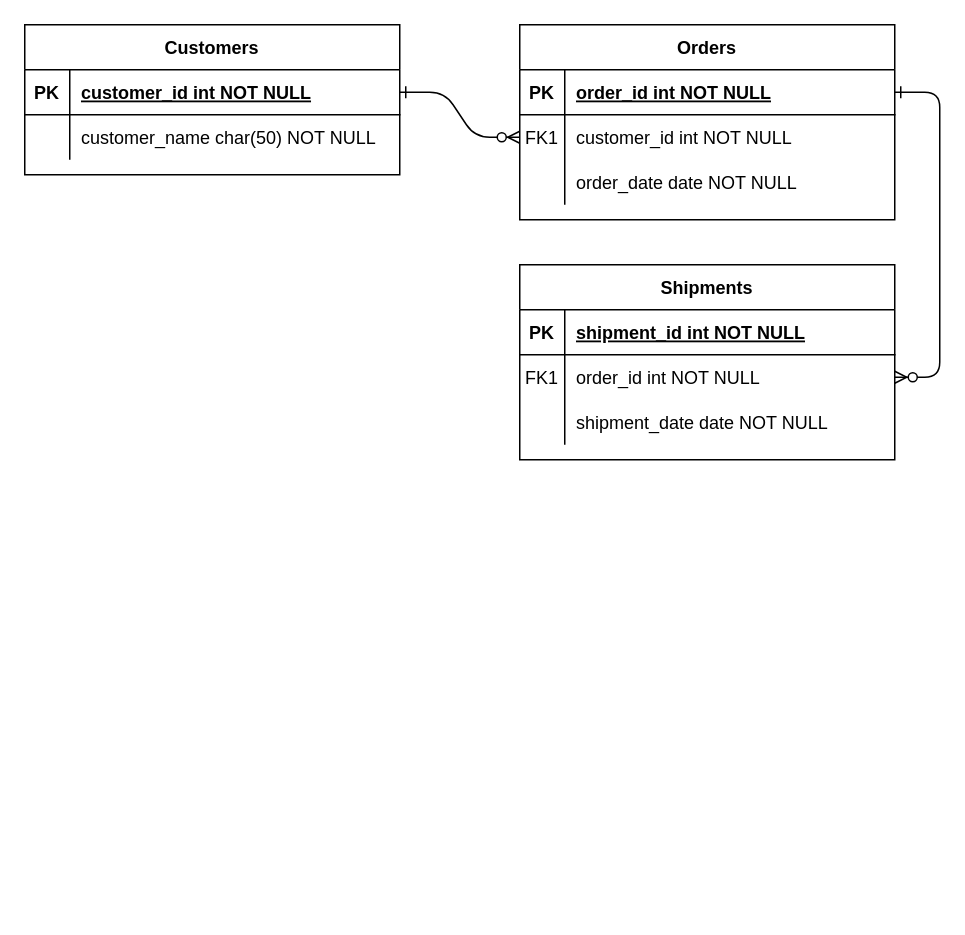
Earlier version of the draw.io diagram src/com/lowleveldesign/LMS ER.drawio (ni3silra/design-patterns). Source tidied: cells renumbered, new cells numbered last; positions are measured from the earlier drawing's top-left corner, leaving out a move shared by most shapes. Both pictures are drawn from the tidied source at 150%, with x=0, y=0 at pixel (24, 24).
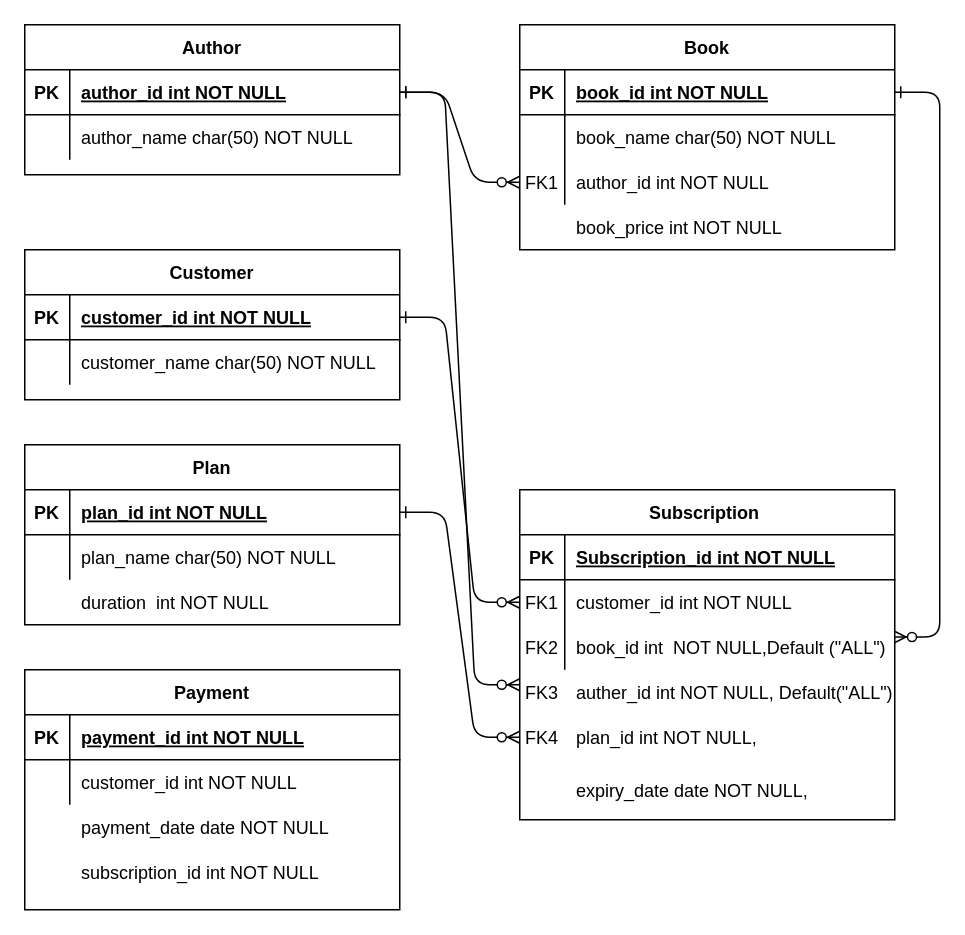
The same diagram, later.

Unchanged cells that the change refers to:
```xml
<mxCell id="5" style="shape=partialRectangle;fillColor=none;points=[[0,0.5],[1,0.5]];portConstraint=eastwest;top=0;left=0;right=0;bottom=1;" parent="4" vertex="1">
  <mxGeometry y="30" width="250" height="30" as="geometry" />
</mxCell>
<mxCell id="8" style="shape=partialRectangle;fillColor=none;points=[[0,0.5],[1,0.5]];portConstraint=eastwest;top=0;left=0;right=0;bottom=0;" parent="4" vertex="1">
  <mxGeometry y="60" width="250" height="30" as="geometry" />
</mxCell>
<mxCell id="11" style="shape=partialRectangle;fillColor=none;points=[[0,0.5],[1,0.5]];portConstraint=eastwest;top=0;left=0;right=0;bottom=0;" parent="4" vertex="1">
  <mxGeometry y="90" width="250" height="30" as="geometry" />
</mxCell>
<mxCell id="15" style="shape=partialRectangle;fillColor=none;top=0;left=0;right=0;bottom=1;" parent="14" vertex="1">
  <mxGeometry y="30" width="250" height="30" as="geometry" />
</mxCell>
<mxCell id="18" style="shape=partialRectangle;fillColor=none;points=[[0,0.5],[1,0.5]];portConstraint=eastwest;top=0;left=0;right=0;bottom=0;" parent="14" vertex="1">
  <mxGeometry y="60" width="250" height="30" as="geometry" />
</mxCell>
<mxCell id="21" style="shape=partialRectangle;fillColor=none;points=[[0,0.5],[1,0.5]];portConstraint=eastwest;top=0;left=0;right=0;bottom=0;" parent="14" vertex="1">
  <mxGeometry y="90" width="250" height="30" as="geometry" />
</mxCell>
<mxCell id="25" style="shape=partialRectangle;fillColor=none;points=[[0,0.5],[1,0.5]];portConstraint=eastwest;top=0;left=0;right=0;bottom=1;" parent="24" vertex="1">
  <mxGeometry y="30" width="250" height="30" as="geometry" />
</mxCell>
<mxCell id="28" style="shape=partialRectangle;fillColor=none;top=0;left=0;right=0;bottom=0;" parent="24" vertex="1">
  <mxGeometry y="60" width="250" height="30" as="geometry" />
</mxCell>
```

What changed in the source:
```diff
@@
-    <mxCell id="2" style="edgeStyle=entityRelationEdgeStyle;endArrow=ERzeroToMany;startArrow=ERone;endFill=1;startFill=0;" parent="1" edge="1" source="25" target="8">
+    <mxCell id="2" style="edgeStyle=entityRelationEdgeStyle;endArrow=ERzeroToMany;startArrow=ERone;endFill=1;startFill=0;entryX=0;entryY=0.5;entryDx=0;entryDy=0;" parent="1" edge="1" source="25" target="11">
       <mxGeometry relative="1" as="geometry" />
     </mxCell>
-    <mxCell id="3" style="edgeStyle=entityRelationEdgeStyle;endArrow=ERzeroToMany;startArrow=ERone;endFill=1;startFill=0;" parent="1" edge="1" source="5" target="18">
+    <mxCell id="3" style="edgeStyle=entityRelationEdgeStyle;endArrow=ERzeroToMany;startArrow=ERone;endFill=1;startFill=0;entryX=0.998;entryY=0.273;entryDx=0;entryDy=0;entryPerimeter=0;" parent="1" edge="1" source="5" target="21">
       <mxGeometry relative="1" as="geometry" />
     </mxCell>
-    <mxCell id="4" value="Orders" style="shape=table;startSize=30;childLayout=tableLayout;rowLines=0;fontStyle=1;align=center;" parent="1" vertex="1">
-      <mxGeometry x="330" width="250" height="130" as="geometry" />
+    <mxCell id="4" value="Book" style="shape=table;startSize=30;childLayout=tableLayout;rowLines=0;fontStyle=1;align=center;" parent="1" vertex="1">
+      <mxGeometry x="330" width="250" height="150" as="geometry" />
     </mxCell>
@@
-    <mxCell id="7" value="order_id int NOT NULL " style="shape=partialRectangle;overflow=hidden;fillColor=none;top=0;left=0;bottom=0;right=0;align=left;spacingLeft=6;fontStyle=5;" parent="5" vertex="1">
+    <mxCell id="7" value="book_id int NOT NULL " style="shape=partialRectangle;overflow=hidden;fillColor=none;top=0;left=0;bottom=0;right=0;align=left;spacingLeft=6;fontStyle=5;" parent="5" vertex="1">
       <mxGeometry x="30" width="220" height="30" as="geometry" />
     </mxCell>
@@
-    <mxCell id="9" value="FK1" style="shape=partialRectangle;overflow=hidden;fillColor=none;top=0;left=0;bottom=0;right=0;" parent="8" vertex="1">
+    <mxCell id="9" style="shape=partialRectangle;overflow=hidden;fillColor=none;top=0;left=0;bottom=0;right=0;" parent="8" vertex="1">
       <mxGeometry width="30" height="30" as="geometry" />
     </mxCell>
-    <mxCell id="10" value="customer_id int NOT NULL" style="shape=partialRectangle;overflow=hidden;fillColor=none;top=0;left=0;bottom=0;right=0;align=left;spacingLeft=6;" parent="8" vertex="1">
+    <mxCell id="10" value="book_name char(50) NOT NULL" style="shape=partialRectangle;overflow=hidden;fillColor=none;top=0;left=0;bottom=0;right=0;align=left;spacingLeft=6;" parent="8" vertex="1">
       <mxGeometry x="30" width="220" height="30" as="geometry" />
     </mxCell>
@@
-    <mxCell id="12" style="shape=partialRectangle;overflow=hidden;fillColor=none;top=0;left=0;bottom=0;right=0;" parent="11" vertex="1">
+    <mxCell id="12" value="FK1" style="shape=partialRectangle;overflow=hidden;fillColor=none;top=0;left=0;bottom=0;right=0;" parent="11" vertex="1">
       <mxGeometry width="30" height="30" as="geometry" />
     </mxCell>
-    <mxCell id="13" value="order_date date NOT NULL" style="shape=partialRectangle;overflow=hidden;fillColor=none;top=0;left=0;bottom=0;right=0;align=left;spacingLeft=6;" parent="11" vertex="1">
+    <mxCell id="13" value="author_id int NOT NULL" style="shape=partialRectangle;overflow=hidden;fillColor=none;top=0;left=0;bottom=0;right=0;align=left;spacingLeft=6;" parent="11" vertex="1">
       <mxGeometry x="30" width="220" height="30" as="geometry" />
     </mxCell>
-    <mxCell id="14" value="Shipments" style="shape=table;startSize=30;childLayout=tableLayout;rowLines=0;fontStyle=1;align=center;" parent="1" vertex="1">
-      <mxGeometry x="330" y="160" width="250" height="130" as="geometry" />
+    <mxCell id="14" value="Subscription " style="shape=table;startSize=30;childLayout=tableLayout;rowLines=0;fontStyle=1;align=center;" parent="1" vertex="1">
+      <mxGeometry x="330" y="310" width="250" height="220" as="geometry" />
     </mxCell>
@@
-    <mxCell id="17" value="shipment_id int NOT NULL " style="shape=partialRectangle;overflow=hidden;fillColor=none;top=0;left=0;bottom=0;right=0;align=left;spacingLeft=6;fontStyle=5;" parent="15" vertex="1">
+    <mxCell id="17" value="Subscription_id int NOT NULL " style="shape=partialRectangle;overflow=hidden;fillColor=none;top=0;left=0;bottom=0;right=0;align=left;spacingLeft=6;fontStyle=5;" parent="15" vertex="1">
       <mxGeometry x="30" width="220" height="30" as="geometry" />
     </mxCell>
@@
-    <mxCell id="20" value="order_id int NOT NULL" style="shape=partialRectangle;overflow=hidden;fillColor=none;top=0;left=0;bottom=0;right=0;align=left;spacingLeft=6;" parent="18" vertex="1">
+    <mxCell id="20" value="customer_id int NOT NULL" style="shape=partialRectangle;overflow=hidden;fillColor=none;top=0;left=0;bottom=0;right=0;align=left;spacingLeft=6;" parent="18" vertex="1">
       <mxGeometry x="30" width="220" height="30" as="geometry" />
     </mxCell>
@@
-    <mxCell id="23" value="shipment_date date NOT NULL" style="shape=partialRectangle;overflow=hidden;fillColor=none;top=0;left=0;bottom=0;right=0;align=left;spacingLeft=6;" parent="21" vertex="1">
+    <mxCell id="23" value="book_id int  NOT NULL,Default (&quot;ALL&quot;)" style="shape=partialRectangle;overflow=hidden;fillColor=none;top=0;left=0;bottom=0;right=0;align=left;spacingLeft=6;" parent="21" vertex="1">
       <mxGeometry x="30" width="220" height="30" as="geometry" />
     </mxCell>
-    <mxCell id="24" value="Customers" style="shape=table;startSize=30;childLayout=tableLayout;rowLines=0;fontStyle=1;align=center;" parent="1" vertex="1">
+    <mxCell id="24" value="Author" style="shape=table;startSize=30;childLayout=tableLayout;rowLines=0;fontStyle=1;align=center;" parent="1" vertex="1">
       <mxGeometry width="250" height="100" as="geometry" />
     </mxCell>
@@
-    <mxCell id="27" value="customer_id int NOT NULL " style="shape=partialRectangle;overflow=hidden;fillColor=none;top=0;left=0;bottom=0;right=0;align=left;spacingLeft=6;fontStyle=5;" parent="25" vertex="1">
+    <mxCell id="27" value="author_id int NOT NULL " style="shape=partialRectangle;overflow=hidden;fillColor=none;top=0;left=0;bottom=0;right=0;align=left;spacingLeft=6;fontStyle=5;" parent="25" vertex="1">
       <mxGeometry x="30" width="220" height="30" as="geometry" />
     </mxCell>
@@
-    <mxCell id="30" value="customer_name char(50) NOT NULL" style="shape=partialRectangle;overflow=hidden;fillColor=none;top=0;left=0;bottom=0;right=0;align=left;spacingLeft=6;" parent="28" vertex="1">
+    <mxCell id="30" value="author_name char(50) NOT NULL" style="shape=partialRectangle;overflow=hidden;fillColor=none;top=0;left=0;bottom=0;right=0;align=left;spacingLeft=6;" parent="28" vertex="1">
       <mxGeometry x="30" width="220" height="30" as="geometry" />
     </mxCell>
+    <mxCell id="31" value="book_price int NOT NULL" style="shape=partialRectangle;overflow=hidden;fillColor=none;top=0;left=0;bottom=0;right=0;align=left;spacingLeft=6;" parent="1" vertex="1">
+      <mxGeometry x="360" y="120" width="220" height="30" as="geometry" />
+    </mxCell>
+    <mxCell id="32" value="Customer" style="shape=table;startSize=30;childLayout=tableLayout;rowLines=0;fontStyle=1;align=center;" parent="1" vertex="1">
+      <mxGeometry y="150" width="250" height="100" as="geometry" />
+    </mxCell>
+    <mxCell id="33" style="shape=partialRectangle;fillColor=none;points=[[0,0.5],[1,0.5]];portConstraint=eastwest;top=0;left=0;right=0;bottom=1;" parent="32" vertex="1">
+      <mxGeometry y="30" width="250" height="30" as="geometry" />
+    </mxCell>
+    <mxCell id="34" value="PK" style="shape=partialRectangle;overflow=hidden;fillColor=none;top=0;left=0;bottom=0;right=0;fontStyle=1;" parent="33" vertex="1">
+      <mxGeometry width="30" height="30" as="geometry" />
+    </mxCell>
+    <mxCell id="35" value="customer_id int NOT NULL " style="shape=partialRectangle;overflow=hidden;fillColor=none;top=0;left=0;bottom=0;right=0;align=left;spacingLeft=6;fontStyle=5;" parent="33" vertex="1">
+      <mxGeometry x="30" width="220" height="30" as="geometry" />
+    </mxCell>
+    <mxCell id="36" style="shape=partialRectangle;fillColor=none;top=0;left=0;right=0;bottom=0;" parent="32" vertex="1">
+      <mxGeometry y="60" width="250" height="30" as="geometry" />
+    </mxCell>
+    <mxCell id="37" style="shape=partialRectangle;overflow=hidden;fillColor=none;top=0;left=0;bottom=0;right=0;" parent="36" vertex="1">
+      <mxGeometry width="30" height="30" as="geometry" />
+    </mxCell>
+    <mxCell id="38" value="customer_name char(50) NOT NULL" style="shape=partialRectangle;overflow=hidden;fillColor=none;top=0;left=0;bottom=0;right=0;align=left;spacingLeft=6;" parent="36" vertex="1">
+      <mxGeometry x="30" width="220" height="30" as="geometry" />
+    </mxCell>
+    <mxCell id="39" value="auther_id int NOT NULL, Default(&quot;ALL&quot;)" style="shape=partialRectangle;overflow=hidden;fillColor=none;top=0;left=0;bottom=0;right=0;align=left;spacingLeft=6;" parent="1" vertex="1">
+      <mxGeometry x="360" y="430" width="220" height="30" as="geometry" />
+    </mxCell>
+    <mxCell id="40" value="plan_id int NOT NULL," style="shape=partialRectangle;overflow=hidden;fillColor=none;top=0;left=0;bottom=0;right=0;align=left;spacingLeft=6;" parent="1" vertex="1">
+      <mxGeometry x="360" y="465" width="220" height="20" as="geometry" />
+    </mxCell>
+    <mxCell id="41" value="FK2" style="shape=partialRectangle;overflow=hidden;fillColor=none;top=0;left=0;bottom=0;right=0;" parent="1" vertex="1">
+      <mxGeometry x="330" y="400" width="30" height="30" as="geometry" />
+    </mxCell>
+    <mxCell id="42" value="FK3" style="shape=partialRectangle;overflow=hidden;fillColor=none;top=0;left=0;bottom=0;right=0;" parent="1" vertex="1">
+      <mxGeometry x="330" y="430" width="30" height="30" as="geometry" />
+    </mxCell>
+    <mxCell id="43" value="FK4" style="shape=partialRectangle;overflow=hidden;fillColor=none;top=0;left=0;bottom=0;right=0;" parent="1" vertex="1">
+      <mxGeometry x="330" y="460" width="30" height="30" as="geometry" />
+    </mxCell>
+    <mxCell id="44" value="expiry_date date NOT NULL," style="shape=partialRectangle;overflow=hidden;fillColor=none;top=0;left=0;bottom=0;right=0;align=left;spacingLeft=6;" parent="1" vertex="1">
+      <mxGeometry x="360" y="500" width="220" height="20" as="geometry" />
+    </mxCell>
+    <mxCell id="45" style="edgeStyle=entityRelationEdgeStyle;endArrow=ERzeroToMany;startArrow=ERone;endFill=1;startFill=0;entryX=0;entryY=0.5;entryDx=0;entryDy=0;exitX=1;exitY=0.5;exitDx=0;exitDy=0;" parent="1" edge="1" source="33" target="18">
+      <mxGeometry relative="1" as="geometry" />
+    </mxCell>
+    <mxCell id="46" style="edgeStyle=entityRelationEdgeStyle;endArrow=ERzeroToMany;startArrow=ERone;endFill=1;startFill=0;exitX=1;exitY=0.5;exitDx=0;exitDy=0;" parent="1" edge="1" source="25">
+      <mxGeometry relative="1" as="geometry">
+        <mxPoint x="330" y="440" as="targetPoint" />
+      </mxGeometry>
+    </mxCell>
+    <mxCell id="47" value="Plan" style="shape=table;startSize=30;childLayout=tableLayout;rowLines=0;fontStyle=1;align=center;" parent="1" vertex="1">
+      <mxGeometry y="280" width="250" height="120" as="geometry" />
+    </mxCell>
+    <mxCell id="48" style="shape=partialRectangle;fillColor=none;points=[[0,0.5],[1,0.5]];portConstraint=eastwest;top=0;left=0;right=0;bottom=1;" parent="47" vertex="1">
+      <mxGeometry y="30" width="250" height="30" as="geometry" />
+    </mxCell>
+    <mxCell id="49" value="PK" style="shape=partialRectangle;overflow=hidden;fillColor=none;top=0;left=0;bottom=0;right=0;fontStyle=1;" parent="48" vertex="1">
+      <mxGeometry width="30" height="30" as="geometry" />
+    </mxCell>
+    <mxCell id="50" value="plan_id int NOT NULL " style="shape=partialRectangle;overflow=hidden;fillColor=none;top=0;left=0;bottom=0;right=0;align=left;spacingLeft=6;fontStyle=5;" parent="48" vertex="1">
+      <mxGeometry x="30" width="220" height="30" as="geometry" />
+    </mxCell>
+    <mxCell id="51" style="shape=partialRectangle;fillColor=none;top=0;left=0;right=0;bottom=0;" parent="47" vertex="1">
+      <mxGeometry y="60" width="250" height="30" as="geometry" />
+    </mxCell>
+    <mxCell id="52" style="shape=partialRectangle;overflow=hidden;fillColor=none;top=0;left=0;bottom=0;right=0;" parent="51" vertex="1">
+      <mxGeometry width="30" height="30" as="geometry" />
+    </mxCell>
+    <mxCell id="53" value="plan_name char(50) NOT NULL" style="shape=partialRectangle;overflow=hidden;fillColor=none;top=0;left=0;bottom=0;right=0;align=left;spacingLeft=6;" parent="51" vertex="1">
+      <mxGeometry x="30" width="220" height="30" as="geometry" />
+    </mxCell>
+    <mxCell id="54" value="duration  int NOT NULL" style="shape=partialRectangle;overflow=hidden;fillColor=none;top=0;left=0;bottom=0;right=0;align=left;spacingLeft=6;" parent="1" vertex="1">
+      <mxGeometry x="30" y="370" width="220" height="30" as="geometry" />
+    </mxCell>
+    <mxCell id="55" style="edgeStyle=entityRelationEdgeStyle;endArrow=ERzeroToMany;startArrow=ERone;endFill=1;startFill=0;entryX=0;entryY=0.5;entryDx=0;entryDy=0;exitX=1;exitY=0.5;exitDx=0;exitDy=0;" parent="1" edge="1" source="48">
+      <mxGeometry relative="1" as="geometry">
+        <mxPoint x="330" y="475" as="targetPoint" />
+      </mxGeometry>
+    </mxCell>
+    <mxCell id="56" value="Payment" style="shape=table;startSize=30;childLayout=tableLayout;rowLines=0;fontStyle=1;align=center;" parent="1" vertex="1">
+      <mxGeometry y="430" width="250" height="160" as="geometry" />
+    </mxCell>
+    <mxCell id="57" style="shape=partialRectangle;fillColor=none;top=0;left=0;right=0;bottom=1;" parent="56" vertex="1">
+      <mxGeometry y="30" width="250" height="30" as="geometry" />
+    </mxCell>
+    <mxCell id="58" value="PK" style="shape=partialRectangle;overflow=hidden;fillColor=none;top=0;left=0;bottom=0;right=0;fontStyle=1;" parent="57" vertex="1">
+      <mxGeometry width="30" height="30" as="geometry" />
+    </mxCell>
+    <mxCell id="59" value="payment_id int NOT NULL " style="shape=partialRectangle;overflow=hidden;fillColor=none;top=0;left=0;bottom=0;right=0;align=left;spacingLeft=6;fontStyle=5;" parent="57" vertex="1">
+      <mxGeometry x="30" width="220" height="30" as="geometry" />
+    </mxCell>
+    <mxCell id="60" style="shape=partialRectangle;fillColor=none;top=0;left=0;right=0;bottom=0;" parent="56" vertex="1">
+      <mxGeometry y="60" width="250" height="30" as="geometry" />
+    </mxCell>
+    <mxCell id="61" style="shape=partialRectangle;overflow=hidden;fillColor=none;top=0;left=0;bottom=0;right=0;" parent="60" vertex="1">
+      <mxGeometry width="30" height="30" as="geometry" />
+    </mxCell>
+    <mxCell id="62" value="customer_id int NOT NULL" style="shape=partialRectangle;overflow=hidden;fillColor=none;top=0;left=0;bottom=0;right=0;align=left;spacingLeft=6;" parent="60" vertex="1">
+      <mxGeometry x="30" width="220" height="30" as="geometry" />
+    </mxCell>
+    <mxCell id="63" value="payment_date date NOT NULL" style="shape=partialRectangle;overflow=hidden;fillColor=none;top=0;left=0;bottom=0;right=0;align=left;spacingLeft=6;" parent="1" vertex="1">
+      <mxGeometry x="30" y="520" width="220" height="30" as="geometry" />
+    </mxCell>
+    <mxCell id="64" value="subscription_id int NOT NULL" style="shape=partialRectangle;overflow=hidden;fillColor=none;top=0;left=0;bottom=0;right=0;align=left;spacingLeft=6;" parent="1" vertex="1">
+      <mxGeometry x="30" y="550" width="220" height="30" as="geometry" />
+    </mxCell>
```
